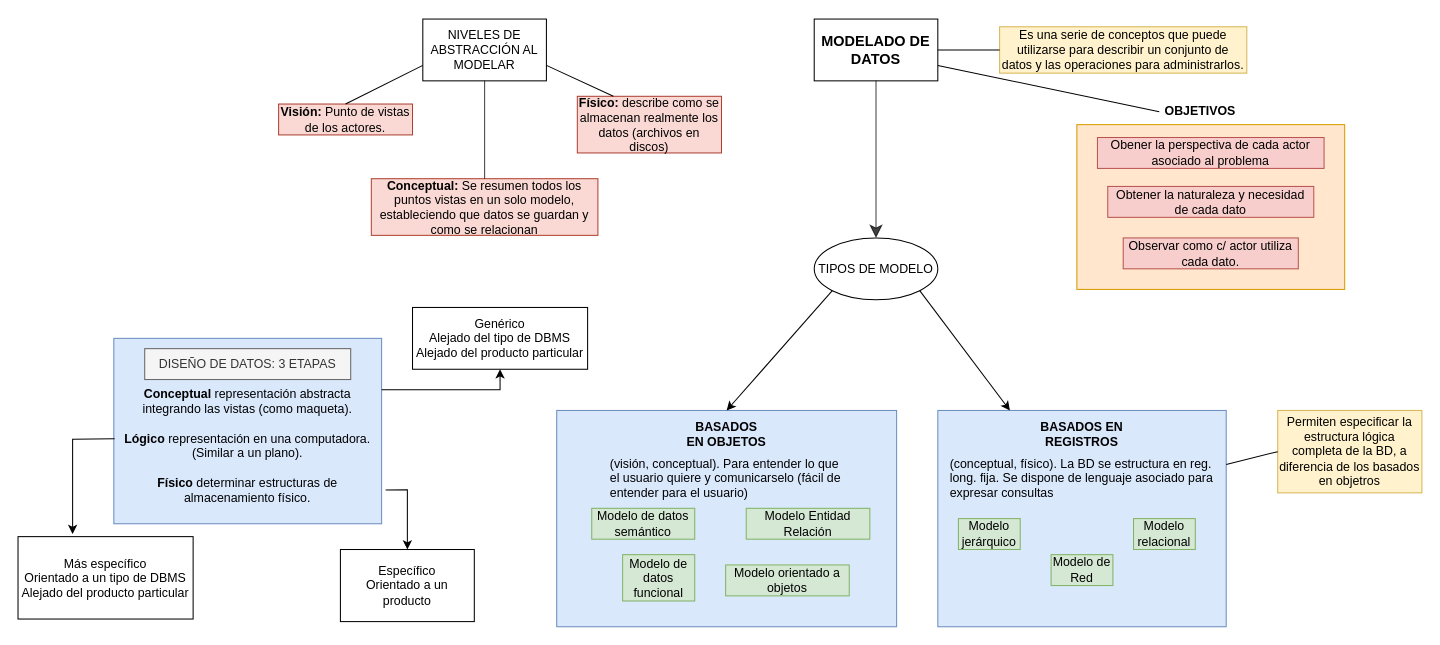
senras/DBD keeps this draw.io diagram as page "Modelos de datos" (2 of 6) of Diagrama-resumen.drawio. Above is the earlier version. Source tidied: cells renumbered, new cells numbered last; positions are measured from the earlier drawing's top-left corner, leaving out a move shared by most shapes. Both pictures are drawn from the tidied source at 103%, with x=0, y=0 at pixel (18, 19).
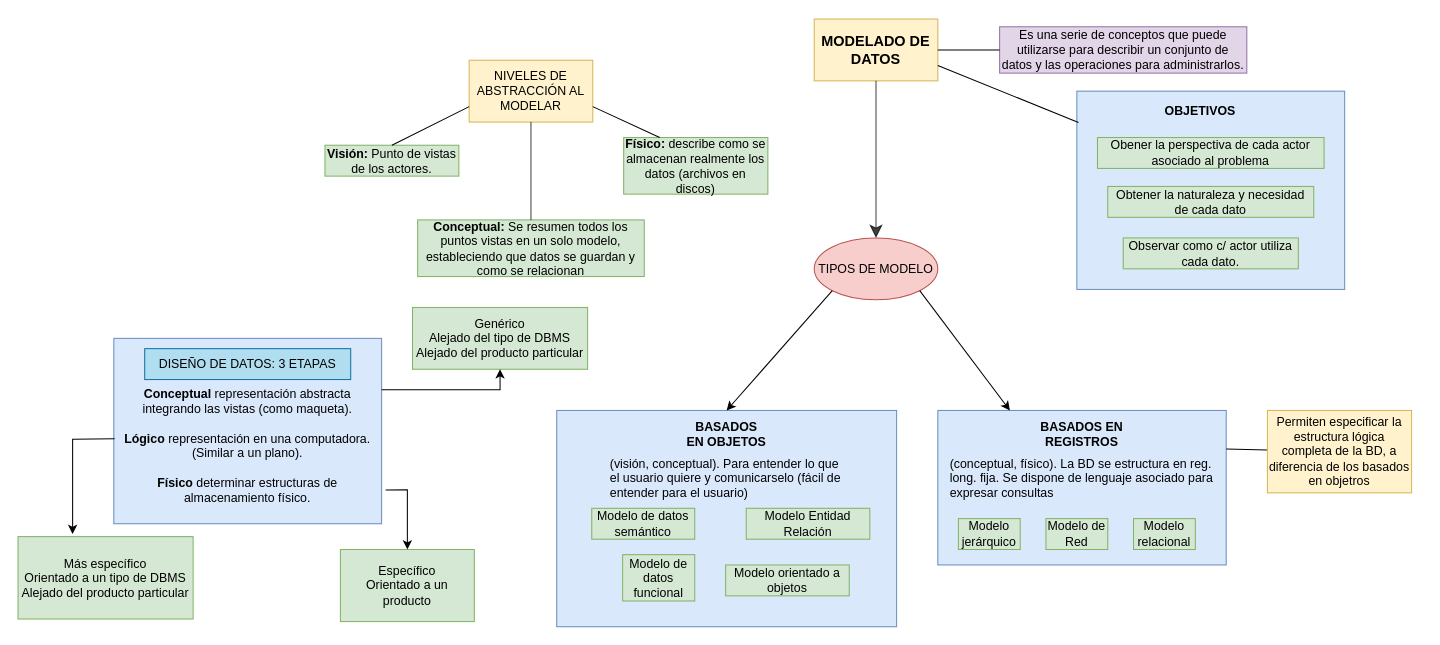
The same diagram, later.

Unchanged cells that the change refers to:
```xml
<mxCell id="32" value="&lt;b&gt;OBJETIVOS&lt;/b&gt;" style="text;html=1;strokeColor=none;fillColor=none;align=center;verticalAlign=middle;whiteSpace=wrap;rounded=0;" parent="1" vertex="1">
  <mxGeometry x="1108" y="75" width="80" height="30" as="geometry" />
</mxCell>
```

Change to the diagram source:
```diff
@@
-    <mxCell id="2" style="rounded=0;whiteSpace=wrap;html=1;fillColor=#ffe6cc;strokeColor=#d79b00;" parent="1" vertex="1">
-      <mxGeometry x="1028" y="102.5" width="260" height="160" as="geometry" />
+    <mxCell id="2" style="rounded=0;whiteSpace=wrap;html=1;fillColor=#dae8fc;strokeColor=#6c8ebf;" parent="1" vertex="1">
+      <mxGeometry x="1028" y="70" width="260" height="192.5" as="geometry" />
     </mxCell>
     <mxCell id="3" style="rounded=0;whiteSpace=wrap;html=1;fillColor=#dae8fc;strokeColor=#6c8ebf;" parent="1" vertex="1">
-      <mxGeometry x="893" y="380" width="280" height="210" as="geometry" />
+      <mxGeometry x="893" y="380" width="280" height="150" as="geometry" />
     </mxCell>
@@
-    <mxCell id="5" value="&lt;h3&gt;MODELADO DE DATOS&lt;/h3&gt;" style="rounded=0;whiteSpace=wrap;html=1;" parent="1" vertex="1">
+    <mxCell id="5" value="&lt;h3&gt;MODELADO DE DATOS&lt;/h3&gt;" style="rounded=0;whiteSpace=wrap;html=1;fillColor=#fff2cc;strokeColor=#d6b656;" parent="1" vertex="1">
       <mxGeometry x="773" width="120" height="60" as="geometry" />
     </mxCell>
-    <mxCell id="6" value="NIVELES DE ABSTRACCIÓN AL MODELAR" style="rounded=0;whiteSpace=wrap;html=1;" parent="1" vertex="1">
-      <mxGeometry x="393" width="120" height="60" as="geometry" />
+    <mxCell id="6" value="NIVELES DE ABSTRACCIÓN AL MODELAR" style="rounded=0;whiteSpace=wrap;html=1;fillColor=#fff2cc;strokeColor=#d6b656;" parent="1" vertex="1">
+      <mxGeometry x="438" y="40" width="120" height="60" as="geometry" />
     </mxCell>
-    <mxCell id="7" value="&lt;b&gt;Visión:&lt;/b&gt; Punto de vistas de los actores." style="text;html=1;strokeColor=#ae4132;fillColor=#fad9d5;align=center;verticalAlign=middle;whiteSpace=wrap;rounded=0;" parent="1" vertex="1">
-      <mxGeometry x="253" y="82.5" width="130" height="30" as="geometry" />
+    <mxCell id="7" value="&lt;b&gt;Visión:&lt;/b&gt; Punto de vistas de los actores." style="text;html=1;strokeColor=#82b366;fillColor=#d5e8d4;align=center;verticalAlign=middle;whiteSpace=wrap;rounded=0;" parent="1" vertex="1">
+      <mxGeometry x="298" y="122.5" width="130" height="30" as="geometry" />
     </mxCell>
-    <mxCell id="8" value="&lt;b&gt;Conceptual:&lt;/b&gt; Se resumen todos los puntos vistas en un solo modelo, estableciendo que datos se guardan y como se relacionan" style="text;html=1;strokeColor=#ae4132;fillColor=#fad9d5;align=center;verticalAlign=middle;whiteSpace=wrap;rounded=0;" parent="1" vertex="1">
-      <mxGeometry x="343" y="155" width="220" height="55" as="geometry" />
+    <mxCell id="8" value="&lt;b&gt;Conceptual:&lt;/b&gt; Se resumen todos los puntos vistas en un solo modelo, estableciendo que datos se guardan y como se relacionan" style="text;html=1;strokeColor=#82b366;fillColor=#d5e8d4;align=center;verticalAlign=middle;whiteSpace=wrap;rounded=0;" parent="1" vertex="1">
+      <mxGeometry x="388" y="195" width="220" height="55" as="geometry" />
     </mxCell>
-    <mxCell id="9" value="&lt;b&gt;Físico:&lt;/b&gt; describe como se almacenan realmente los datos (archivos en discos)" style="text;html=1;strokeColor=#ae4132;fillColor=#fad9d5;align=center;verticalAlign=middle;whiteSpace=wrap;rounded=0;" parent="1" vertex="1">
-      <mxGeometry x="543" y="75" width="140" height="55" as="geometry" />
+    <mxCell id="9" value="&lt;b&gt;Físico:&lt;/b&gt; describe como se almacenan realmente los datos (archivos en discos)" style="text;html=1;strokeColor=#82b366;fillColor=#d5e8d4;align=center;verticalAlign=middle;whiteSpace=wrap;rounded=0;" parent="1" vertex="1">
+      <mxGeometry x="588" y="115" width="140" height="55" as="geometry" />
     </mxCell>
-    <mxCell id="10" value="Es una serie de conceptos que puede utilizarse para describir un conjunto de datos y las operaciones para administrarlos." style="text;html=1;strokeColor=#d6b656;fillColor=#fff2cc;align=center;verticalAlign=middle;whiteSpace=wrap;rounded=0;" parent="1" vertex="1">
+    <mxCell id="10" value="Es una serie de conceptos que puede utilizarse para describir un conjunto de datos y las operaciones para administrarlos." style="text;html=1;strokeColor=#9673a6;fillColor=#e1d5e7;align=center;verticalAlign=middle;whiteSpace=wrap;rounded=0;" parent="1" vertex="1">
       <mxGeometry x="953" y="7.5" width="240" height="45" as="geometry" />
     </mxCell>
@@
-    <mxCell id="15" value="TIPOS DE MODELO" style="ellipse;whiteSpace=wrap;html=1;" parent="1" vertex="1">
+    <mxCell id="15" value="TIPOS DE MODELO" style="ellipse;whiteSpace=wrap;html=1;fillColor=#f8cecc;strokeColor=#b85450;" parent="1" vertex="1">
       <mxGeometry x="773" y="212.5" width="120" height="60" as="geometry" />
     </mxCell>
@@
+    <mxCell id="47" style="rounded=0;jettySize=auto;html=1;entryX=1;entryY=0.25;entryDx=0;entryDy=0;endArrow=none;endFill=0;" parent="1" edge="1" source="23" target="3">
+      <mxGeometry relative="1" as="geometry" />
+    </mxCell>
     <mxCell id="23" value="Permiten especificar la estructura lógica completa de la BD, a diferencia de los basados en objetros" style="text;html=1;strokeColor=#d6b656;fillColor=#fff2cc;align=center;verticalAlign=middle;whiteSpace=wrap;rounded=0;" parent="1" vertex="1">
-      <mxGeometry x="1223" y="380" width="140" height="80" as="geometry" />
+      <mxGeometry x="1213" y="380" width="140" height="80" as="geometry" />
     </mxCell>
@@
     <mxCell id="26" value="Modelo de Red" style="text;html=1;strokeColor=#82b366;fillColor=#d5e8d4;align=center;verticalAlign=middle;whiteSpace=wrap;rounded=0;" parent="1" vertex="1">
-      <mxGeometry x="1003" y="520" width="60" height="30" as="geometry" />
+      <mxGeometry x="998" y="485" width="60" height="30" as="geometry" />
     </mxCell>
@@
-    <mxCell id="29" value="Obtener la naturaleza y necesidad de cada dato" style="text;html=1;strokeColor=#b85450;fillColor=#f8cecc;align=center;verticalAlign=middle;whiteSpace=wrap;rounded=0;" parent="1" vertex="1">
+    <mxCell id="29" value="Obtener la naturaleza y necesidad de cada dato" style="text;html=1;strokeColor=#82b366;fillColor=#d5e8d4;align=center;verticalAlign=middle;whiteSpace=wrap;rounded=0;" parent="1" vertex="1">
       <mxGeometry x="1058" y="162.5" width="200" height="30" as="geometry" />
     </mxCell>
-    <mxCell id="30" value="Obener la perspectiva de cada actor asociado al problema" style="text;html=1;strokeColor=#b85450;fillColor=#f8cecc;align=center;verticalAlign=middle;whiteSpace=wrap;rounded=0;" parent="1" vertex="1">
+    <mxCell id="30" value="Obener la perspectiva de cada actor asociado al problema" style="text;html=1;strokeColor=#82b366;fillColor=#d5e8d4;align=center;verticalAlign=middle;whiteSpace=wrap;rounded=0;" parent="1" vertex="1">
       <mxGeometry x="1048" y="115" width="220" height="30" as="geometry" />
     </mxCell>
-    <mxCell id="31" value="Observar como c/ actor utiliza cada dato." style="text;html=1;strokeColor=#b85450;fillColor=#f8cecc;align=center;verticalAlign=middle;whiteSpace=wrap;rounded=0;" parent="1" vertex="1">
+    <mxCell id="31" value="Observar como c/ actor utiliza cada dato." style="text;html=1;strokeColor=#82b366;fillColor=#d5e8d4;align=center;verticalAlign=middle;whiteSpace=wrap;rounded=0;" parent="1" vertex="1">
       <mxGeometry x="1073" y="212.5" width="170" height="30" as="geometry" />
     </mxCell>
@@
-    <mxCell id="33" style="endArrow=none;html=1;rounded=0;exitX=1;exitY=0.75;exitDx=0;exitDy=0;entryX=0;entryY=0.5;entryDx=0;entryDy=0;" parent="1" edge="1" source="5" target="32">
+    <mxCell id="33" style="endArrow=none;html=1;rounded=0;exitX=1;exitY=0.75;exitDx=0;exitDy=0;entryX=0.006;entryY=0.158;entryDx=0;entryDy=0;entryPerimeter=0;" parent="1" edge="1" source="5" target="2">
       <mxGeometry relative="1" as="geometry" />
     </mxCell>
@@
-    <mxCell id="36" style="endArrow=none;html=1;rounded=0;entryX=0;entryY=0.5;entryDx=0;entryDy=0;exitX=1;exitY=0.25;exitDx=0;exitDy=0;" parent="1" edge="1" source="3" target="23">
-      <mxGeometry relative="1" as="geometry" />
-    </mxCell>
@@
-    <mxCell id="40" value="&lt;div&gt;DISEÑO DE DATOS: 3 ETAPAS&lt;/div&gt;" style="text;html=1;strokeColor=#666666;fillColor=#f5f5f5;align=center;verticalAlign=middle;whiteSpace=wrap;rounded=0;fontColor=#333333;" parent="1" vertex="1">
+    <mxCell id="40" value="&lt;div&gt;DISEÑO DE DATOS: 3 ETAPAS&lt;/div&gt;" style="text;html=1;strokeColor=#10739e;fillColor=#b1ddf0;align=center;verticalAlign=middle;whiteSpace=wrap;rounded=0;" parent="1" vertex="1">
       <mxGeometry x="123" y="320" width="200" height="30" as="geometry" />
     </mxCell>
-    <mxCell id="41" value="Genérico&lt;br&gt;Alejado del tipo de DBMS&lt;br&gt;Alejado del producto particular" style="rounded=0;whiteSpace=wrap;html=1;" parent="1" vertex="1">
+    <mxCell id="41" value="Genérico&lt;br&gt;Alejado del tipo de DBMS&lt;br&gt;Alejado del producto particular" style="rounded=0;whiteSpace=wrap;html=1;fillColor=#d5e8d4;strokeColor=#82b366;" parent="1" vertex="1">
       <mxGeometry x="383" y="280" width="170" height="60" as="geometry" />
     </mxCell>
-    <mxCell id="42" value="Más específico&lt;br&gt;Orientado a un tipo de DBMS&lt;br&gt;Alejado del producto particular" style="rounded=0;whiteSpace=wrap;html=1;" parent="1" vertex="1">
+    <mxCell id="42" value="Más específico&lt;br&gt;Orientado a un tipo de DBMS&lt;br&gt;Alejado del producto particular" style="rounded=0;whiteSpace=wrap;html=1;fillColor=#d5e8d4;strokeColor=#82b366;" parent="1" vertex="1">
       <mxGeometry y="502.5" width="170" height="80" as="geometry" />
     </mxCell>
-    <mxCell id="43" value="Específico&lt;br&gt;Orientado a un producto" style="rounded=0;whiteSpace=wrap;html=1;" parent="1" vertex="1">
+    <mxCell id="43" value="Específico&lt;br&gt;Orientado a un producto" style="rounded=0;whiteSpace=wrap;html=1;fillColor=#d5e8d4;strokeColor=#82b366;" parent="1" vertex="1">
       <mxGeometry x="313" y="515" width="130" height="70" as="geometry" />
     </mxCell>
```
